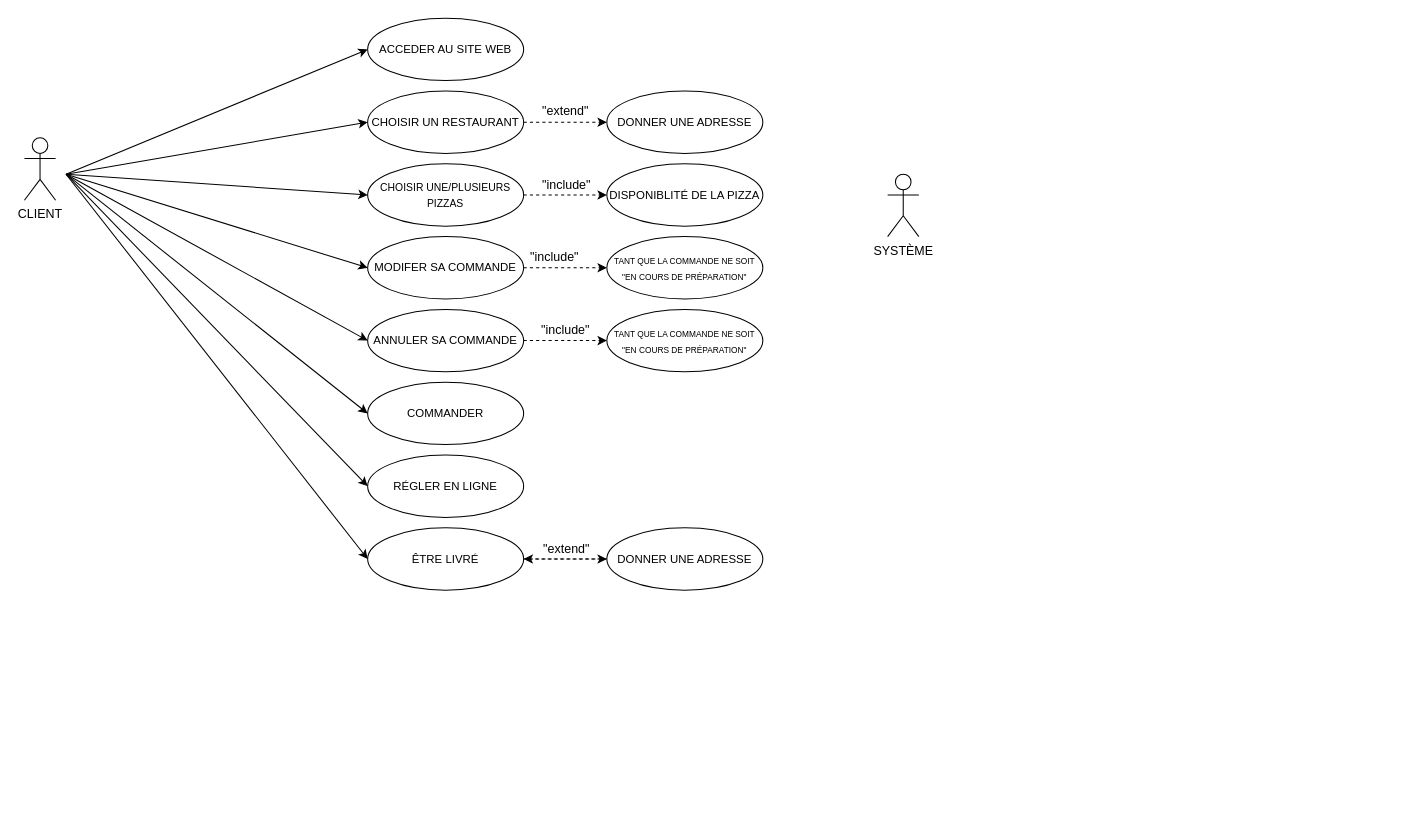
Before: test2.drawio in OMorlotti/P4-analyser-les-besoin-de-mon-client-pour-son-groupe-de-pizzerias, a draw.io diagram. Source tidied: cells renumbered, new cells numbered last; positions are measured from the earlier drawing's top-left corner, leaving out a move shared by most shapes. Both pictures are drawn from the tidied source at 104%, with x=0, y=0 at pixel (24, 18).
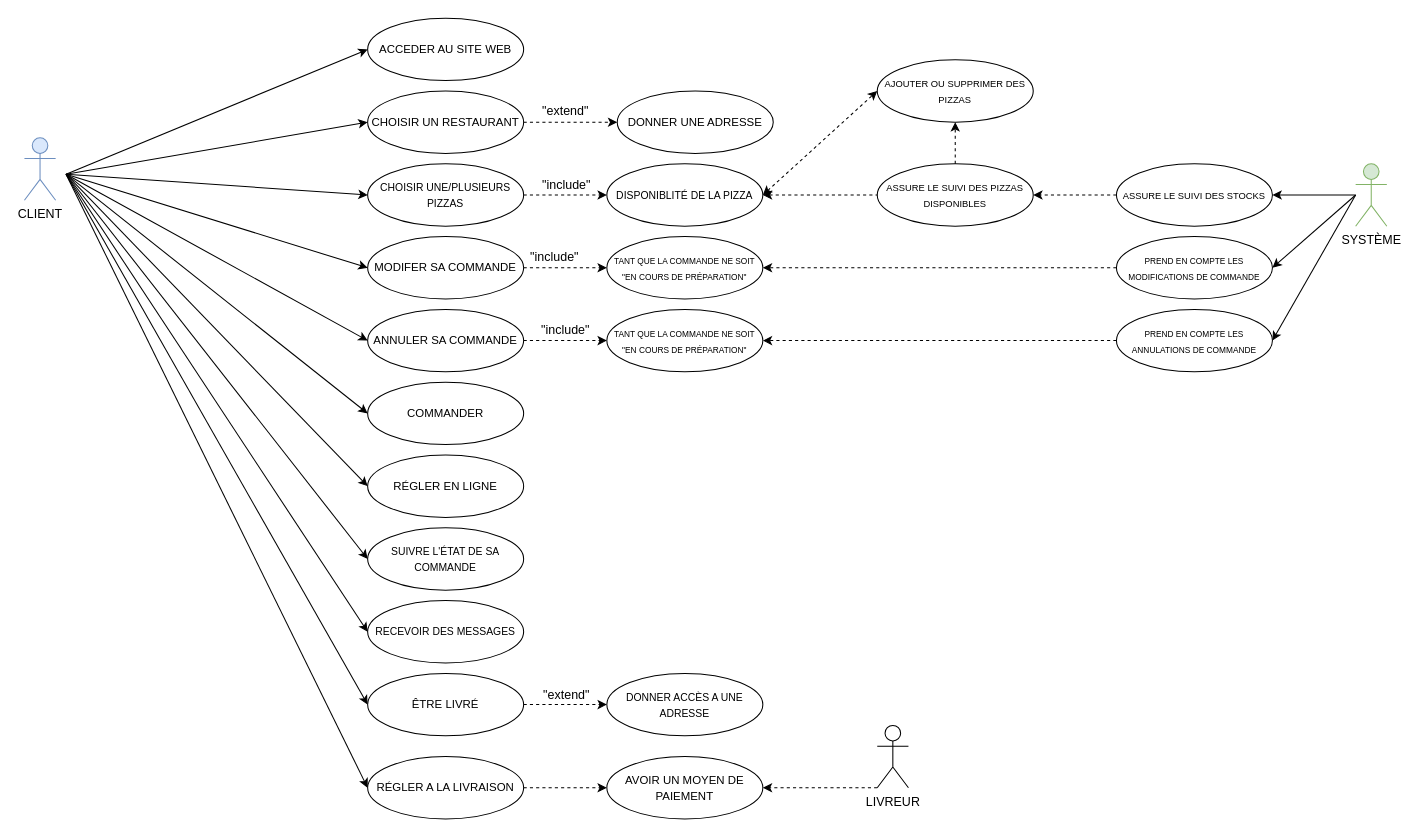
The same diagram, later.

The change refers to these unchanged cells:
```xml
<mxCell id="20" value="&lt;font style=&quot;font-size: 8px&quot;&gt;TANT QUE LA COMMANDE NE SOIT &quot;EN COURS DE PRÉPARATION&quot;&lt;/font&gt;" style="ellipse;whiteSpace=wrap;html=1;" parent="1" vertex="1">
  <mxGeometry x="560" y="210" width="150" height="60" as="geometry" />
</mxCell>
<mxCell id="25" value="&lt;span style=&quot;font-size: 8px&quot;&gt;TANT QUE LA COMMANDE NE SOIT &quot;EN COURS DE PRÉPARATION&quot;&lt;/span&gt;" style="ellipse;whiteSpace=wrap;html=1;" parent="1" vertex="1">
  <mxGeometry x="560" y="280" width="150" height="60" as="geometry" />
</mxCell>
```

The edit, as a diff of the source:
```diff
@@
-    <mxCell id="2" value="SYSTÈME" style="shape=umlActor;verticalLabelPosition=bottom;labelBackgroundColor=#ffffff;verticalAlign=top;html=1;outlineConnect=0;" parent="1" vertex="1">
-      <mxGeometry x="830" y="150" width="30" height="60" as="geometry" />
+    <mxCell id="2" value="SYSTÈME" style="shape=umlActor;verticalLabelPosition=bottom;labelBackgroundColor=#ffffff;verticalAlign=top;html=1;outlineConnect=0;fillColor=#d5e8d4;strokeColor=#82b366;" parent="1" vertex="1">
+      <mxGeometry x="1280" y="140" width="30" height="60" as="geometry" />
     </mxCell>
-    <mxCell id="3" value="CLIENT" style="shape=umlActor;verticalLabelPosition=bottom;labelBackgroundColor=#ffffff;verticalAlign=top;html=1;" parent="1" vertex="1">
+    <mxCell id="3" value="CLIENT" style="shape=umlActor;verticalLabelPosition=bottom;labelBackgroundColor=#ffffff;verticalAlign=top;html=1;fillColor=#dae8fc;strokeColor=#6c8ebf;" parent="1" vertex="1">
       <mxGeometry y="115" width="30" height="60" as="geometry" />
     </mxCell>
@@
-    <mxCell id="9" value="&lt;font style=&quot;font-size: 11px&quot;&gt;DISPONIBLITÉ DE LA PIZZA&lt;/font&gt;" style="ellipse;whiteSpace=wrap;html=1;" parent="1" vertex="1">
+    <mxCell id="9" value="&lt;font style=&quot;font-size: 10px&quot;&gt;DISPONIBLITÉ DE LA PIZZA&lt;/font&gt;" style="ellipse;whiteSpace=wrap;html=1;" parent="1" vertex="1">
       <mxGeometry x="560" y="140" width="150" height="60" as="geometry" />
     </mxCell>
@@
     <mxCell id="15" value="&lt;font style=&quot;font-size: 11px&quot;&gt;DONNER UNE ADRESSE&lt;/font&gt;" style="ellipse;whiteSpace=wrap;html=1;" parent="1" vertex="1">
-      <mxGeometry x="560" y="70" width="150" height="60" as="geometry" />
+      <mxGeometry x="570" y="70" width="150" height="60" as="geometry" />
     </mxCell>
@@
     <mxCell id="30" value="&lt;span style=&quot;font-size: 11px&quot;&gt;ÊTRE LIVRÉ&lt;/span&gt;" style="ellipse;whiteSpace=wrap;html=1;" parent="1" vertex="1">
-      <mxGeometry x="330" y="490" width="150" height="60" as="geometry" />
+      <mxGeometry x="330" y="630" width="150" height="60" as="geometry" />
     </mxCell>
-    <mxCell id="31" style="edgeStyle=orthogonalEdgeStyle;rounded=0;jettySize=auto;html=1;dashed=1;" parent="1" edge="1" source="32" target="30">
-      <mxGeometry relative="1" as="geometry" />
-    </mxCell>
-    <mxCell id="32" value="&lt;span style=&quot;font-size: 11px&quot;&gt;DONNER UNE ADRESSE&lt;/span&gt;" style="ellipse;whiteSpace=wrap;html=1;" parent="1" vertex="1">
-      <mxGeometry x="560" y="490" width="150" height="60" as="geometry" />
+    <mxCell id="32" value="&lt;font style=&quot;font-size: 10px&quot;&gt;DONNER ACCÈS A UNE ADRESSE&lt;/font&gt;" style="ellipse;whiteSpace=wrap;html=1;" parent="1" vertex="1">
+      <mxGeometry x="560" y="630" width="150" height="60" as="geometry" />
     </mxCell>
@@
+    <mxCell id="36" value="&lt;font style=&quot;font-size: 10px&quot;&gt;SUIVRE L'ÉTAT DE SA COMMANDE&lt;/font&gt;" style="ellipse;whiteSpace=wrap;html=1;" parent="1" vertex="1">
+      <mxGeometry x="330" y="490" width="150" height="60" as="geometry" />
+    </mxCell>
+    <mxCell id="37" style="endArrow=classic;html=1;entryX=0;entryY=0.5;entryDx=0;entryDy=0;" parent="1" edge="1" target="36">
+      <mxGeometry relative="1" as="geometry">
+        <mxPoint x="40" y="150" as="sourcePoint" />
+      </mxGeometry>
+    </mxCell>
+    <mxCell id="38" value="&lt;font style=&quot;font-size: 10px&quot;&gt;RECEVOIR DES MESSAGES&lt;/font&gt;" style="ellipse;whiteSpace=wrap;html=1;" parent="1" vertex="1">
+      <mxGeometry x="330" y="560" width="150" height="60" as="geometry" />
+    </mxCell>
+    <mxCell id="39" style="endArrow=classic;html=1;entryX=0;entryY=0.5;entryDx=0;entryDy=0;" parent="1" edge="1" target="38">
+      <mxGeometry relative="1" as="geometry">
+        <mxPoint x="40" y="150" as="sourcePoint" />
+      </mxGeometry>
+    </mxCell>
+    <mxCell id="40" style="edgeStyle=orthogonalEdgeStyle;rounded=0;jettySize=auto;html=1;dashed=1;" parent="1" edge="1" source="41" target="42">
+      <mxGeometry relative="1" as="geometry" />
+    </mxCell>
+    <mxCell id="41" value="&lt;span style=&quot;font-size: 11px&quot;&gt;RÉGLER A LA LIVRAISON&lt;/span&gt;" style="ellipse;whiteSpace=wrap;html=1;" parent="1" vertex="1">
+      <mxGeometry x="330" y="710" width="150" height="60" as="geometry" />
+    </mxCell>
+    <mxCell id="42" value="&lt;span style=&quot;font-size: 11px&quot;&gt;AVOIR UN MOYEN DE PAIEMENT&lt;/span&gt;" style="ellipse;whiteSpace=wrap;html=1;" parent="1" vertex="1">
+      <mxGeometry x="560" y="710" width="150" height="60" as="geometry" />
+    </mxCell>
+    <mxCell id="43" style="endArrow=classic;html=1;entryX=0;entryY=0.5;entryDx=0;entryDy=0;" parent="1" edge="1" target="41">
+      <mxGeometry relative="1" as="geometry">
+        <mxPoint x="40" y="150" as="sourcePoint" />
+      </mxGeometry>
+    </mxCell>
+    <mxCell id="44" value="LIVREUR" style="shape=umlActor;verticalLabelPosition=bottom;labelBackgroundColor=#ffffff;verticalAlign=top;html=1;outlineConnect=0;" parent="1" vertex="1">
+      <mxGeometry x="820" y="680" width="30" height="60" as="geometry" />
+    </mxCell>
+    <mxCell id="45" style="endArrow=classic;html=1;dashed=1;exitX=0;exitY=1;exitDx=0;exitDy=0;exitPerimeter=0;" parent="1" edge="1" source="44">
+      <mxGeometry relative="1" as="geometry">
+        <mxPoint x="710" y="740" as="targetPoint" />
+      </mxGeometry>
+    </mxCell>
+    <mxCell id="46" value="&lt;font style=&quot;font-size: 9px&quot;&gt;ASSURE LE SUIVI DES PIZZAS DISPONIBLES&lt;/font&gt;" style="ellipse;whiteSpace=wrap;html=1;" parent="1" vertex="1">
+      <mxGeometry x="820" y="140" width="150" height="60" as="geometry" />
+    </mxCell>
+    <mxCell id="47" style="endArrow=none;html=1;dashed=1;entryX=0;entryY=0.5;entryDx=0;entryDy=0;startArrow=classic;startFill=1;endFill=0;" parent="1" edge="1" target="46">
+      <mxGeometry relative="1" as="geometry">
+        <mxPoint x="710" y="170" as="sourcePoint" />
+      </mxGeometry>
+    </mxCell>
+    <mxCell id="48" style="edgeStyle=orthogonalEdgeStyle;rounded=0;jettySize=auto;html=1;startArrow=classic;startFill=1;endArrow=none;endFill=0;exitX=1;exitY=0.5;exitDx=0;exitDy=0;" parent="1" edge="1" source="52" target="2">
+      <mxGeometry relative="1" as="geometry" />
+    </mxCell>
+    <mxCell id="49" value="&lt;font style=&quot;font-size: 9px&quot;&gt;AJOUTER OU SUPPRIMER DES PIZZAS&lt;/font&gt;" style="ellipse;whiteSpace=wrap;html=1;" parent="1" vertex="1">
+      <mxGeometry x="820" y="40" width="150" height="60" as="geometry" />
+    </mxCell>
+    <mxCell id="50" style="endArrow=classic;html=1;entryX=0.5;entryY=1;entryDx=0;entryDy=0;dashed=1;exitX=0.5;exitY=0;exitDx=0;exitDy=0;" parent="1" edge="1" source="46" target="49">
+      <mxGeometry relative="1" as="geometry" />
+    </mxCell>
+    <mxCell id="51" style="endArrow=classic;html=1;dashed=1;entryX=0;entryY=0.5;entryDx=0;entryDy=0;startArrow=classic;startFill=1;" parent="1" edge="1" target="49">
+      <mxGeometry relative="1" as="geometry">
+        <mxPoint x="710" y="170" as="sourcePoint" />
+      </mxGeometry>
+    </mxCell>
+    <mxCell id="52" value="&lt;font style=&quot;font-size: 9px&quot;&gt;ASSURE LE SUIVI DES STOCKS&lt;/font&gt;" style="ellipse;whiteSpace=wrap;html=1;" parent="1" vertex="1">
+      <mxGeometry x="1050" y="140" width="150" height="60" as="geometry" />
+    </mxCell>
+    <mxCell id="53" style="endArrow=classic;html=1;dashed=1;entryX=1;entryY=0.5;entryDx=0;entryDy=0;exitX=0;exitY=0.5;exitDx=0;exitDy=0;" parent="1" edge="1" source="52" target="46">
+      <mxGeometry relative="1" as="geometry" />
+    </mxCell>
+    <mxCell id="54" value="&lt;font style=&quot;font-size: 8px&quot;&gt;PREND EN COMPTE LES MODIFICATIONS DE COMMANDE&lt;/font&gt;" style="ellipse;whiteSpace=wrap;html=1;" parent="1" vertex="1">
+      <mxGeometry x="1050" y="210" width="150" height="60" as="geometry" />
+    </mxCell>
+    <mxCell id="55" style="endArrow=classic;html=1;entryX=1;entryY=0.5;entryDx=0;entryDy=0;" parent="1" edge="1" target="54">
+      <mxGeometry relative="1" as="geometry">
+        <mxPoint x="1280" y="170" as="sourcePoint" />
+      </mxGeometry>
+    </mxCell>
+    <mxCell id="56" style="endArrow=classic;html=1;entryX=1;entryY=0.5;entryDx=0;entryDy=0;exitX=0;exitY=0.5;exitDx=0;exitDy=0;dashed=1;" parent="1" edge="1" source="54" target="20">
+      <mxGeometry relative="1" as="geometry" />
+    </mxCell>
+    <mxCell id="57" value="&lt;font style=&quot;font-size: 8px&quot;&gt;PREND EN COMPTE LES ANNULATIONS DE COMMANDE&lt;/font&gt;" style="ellipse;whiteSpace=wrap;html=1;" parent="1" vertex="1">
+      <mxGeometry x="1050" y="280" width="150" height="60" as="geometry" />
+    </mxCell>
+    <mxCell id="58" style="endArrow=classic;html=1;entryX=1;entryY=0.5;entryDx=0;entryDy=0;" parent="1" edge="1" target="57">
+      <mxGeometry relative="1" as="geometry">
+        <mxPoint x="1280" y="170" as="sourcePoint" />
+      </mxGeometry>
+    </mxCell>
+    <mxCell id="59" style="endArrow=classic;html=1;entryX=1;entryY=0.5;entryDx=0;entryDy=0;exitX=0;exitY=0.5;exitDx=0;exitDy=0;dashed=1;" parent="1" edge="1" source="57" target="25">
+      <mxGeometry relative="1" as="geometry" />
+    </mxCell>
```
